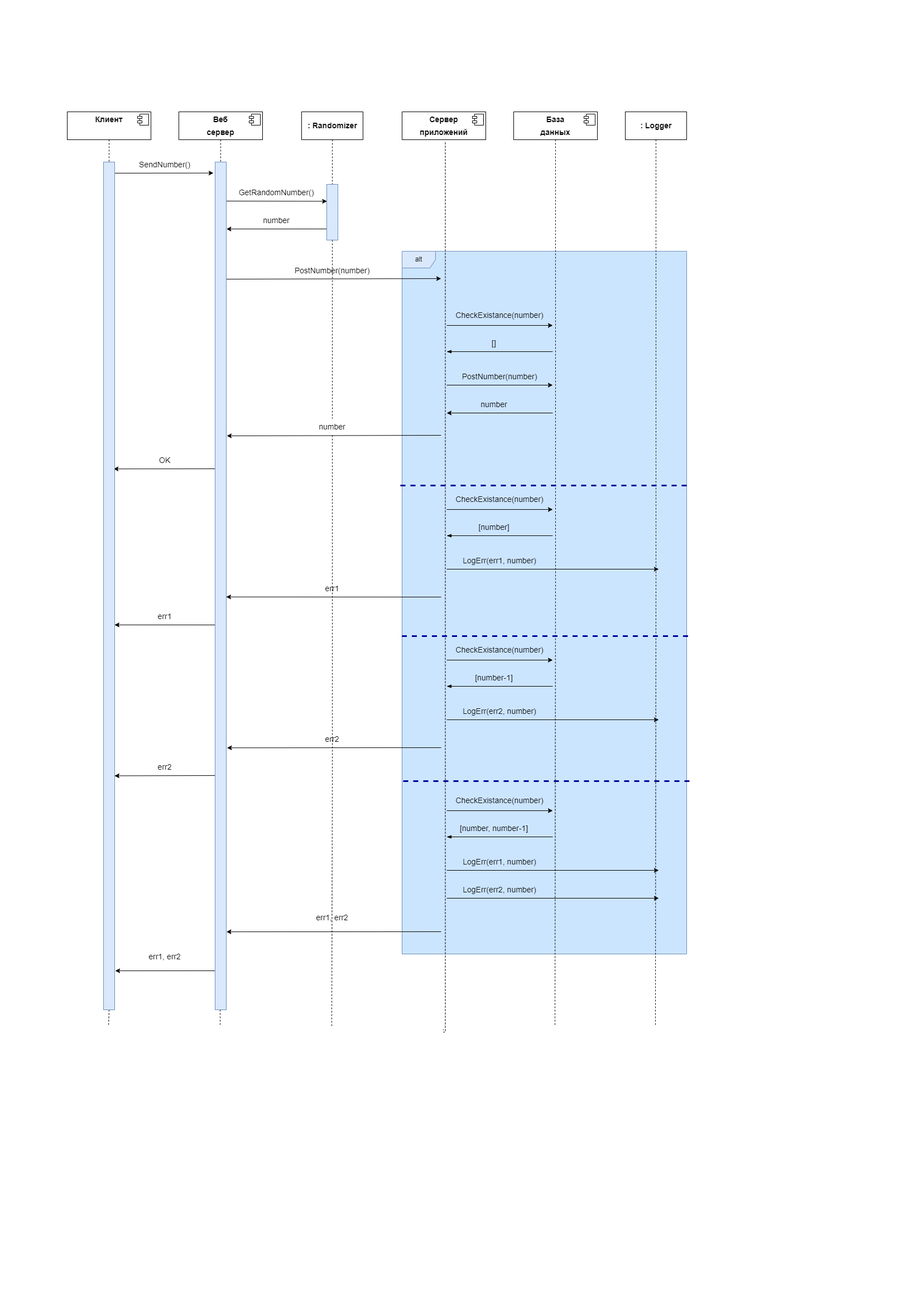
The draw.io diagram UML/Диаграмма последовательностей.png in tomray123/dcs_achieve2, before a commit. Source tidied: cells renumbered, new cells last; positions are measured from the earlier drawing's top-left corner, leaving out a move shared by most shapes.
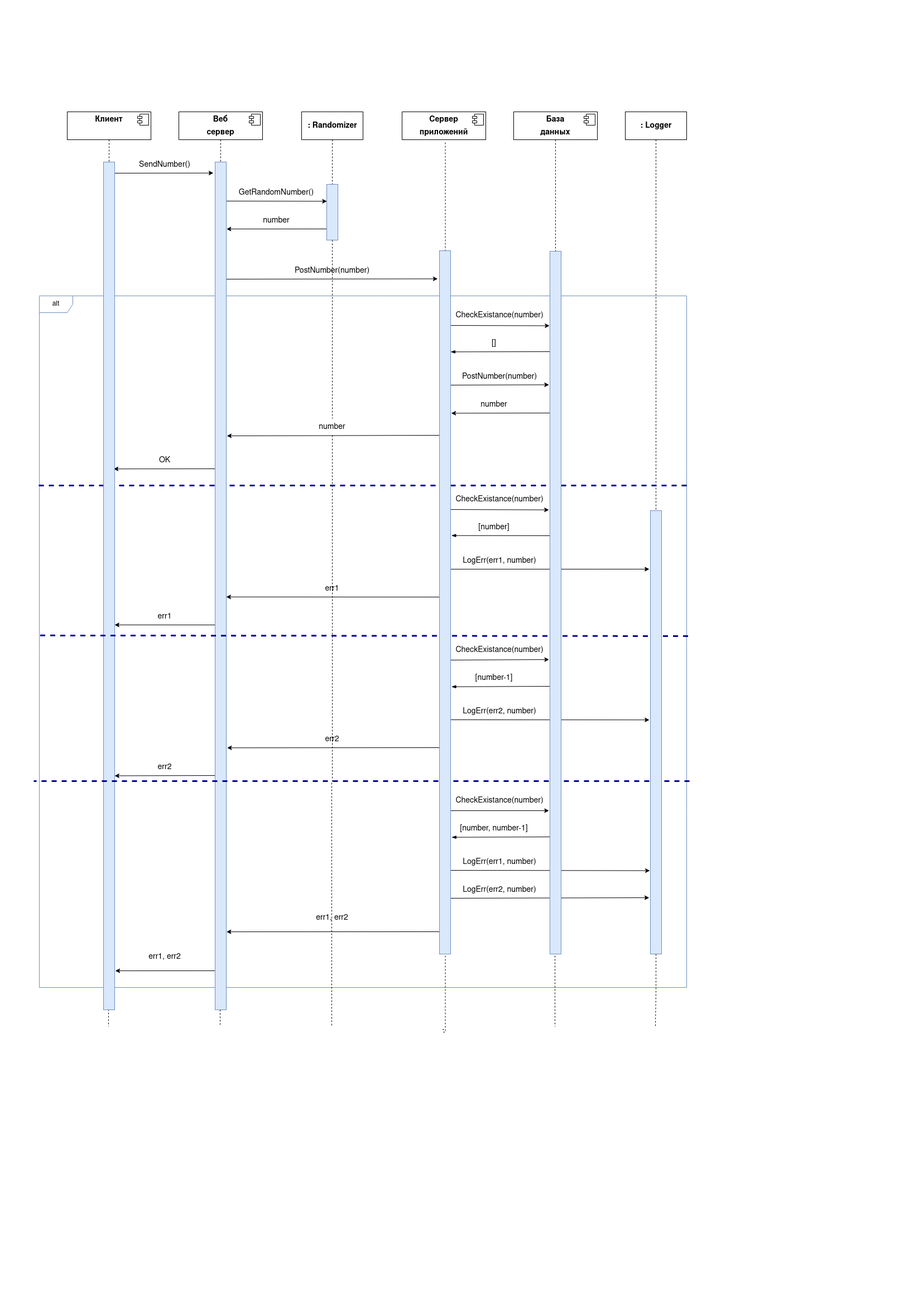
The same diagram one commit later.

Commit message:
Обновил диаграмму последовательностей

The edit, as a diff of the source:
```diff
@@ -2,8 +2,8 @@
   <root>
     <mxCell id="0" />
     <mxCell id="1" parent="0" />
-    <mxCell id="2" value="alt" style="shape=umlFrame;whiteSpace=wrap;html=1;fillColor=#dae8fc;strokeColor=#6c8ebf;gradientColor=none;swimlaneFillColor=#CCE5FF;" parent="1" vertex="1">
-      <mxGeometry x="600" y="250" width="510" height="1260" as="geometry" />
+    <mxCell id="2" value="alt" style="shape=umlFrame;whiteSpace=wrap;html=1;fillColor=none;strokeColor=#6c8ebf;gradientColor=none;swimlaneFillColor=none;" parent="1" vertex="1">
+      <mxGeometry x="-50" y="330" width="1160" height="1240" as="geometry" />
     </mxCell>
     <mxCell id="3" style="edgeStyle=orthogonalEdgeStyle;rounded=0;jettySize=auto;html=1;exitX=0.5;exitY=1;exitDx=0;exitDy=0;fontSize=14;dashed=1;endArrow=none;endFill=0;" parent="1" edge="1" source="76">
       <mxGeometry relative="1" as="geometry">
@@ -67,7 +67,7 @@
         <mxPoint x="-24" y="4" as="offset" />
       </mxGeometry>
     </mxCell>
-    <mxCell id="15" style="edgeStyle=orthogonalEdgeStyle;rounded=0;jettySize=auto;html=1;exitX=0.5;exitY=1;exitDx=0;exitDy=0;dashed=1;fontSize=14;endArrow=none;endFill=0;" parent="1" edge="1" source="16">
+    <mxCell id="15" style="edgeStyle=orthogonalEdgeStyle;rounded=0;jettySize=auto;html=1;exitX=0.5;exitY=1;exitDx=0;exitDy=0;dashed=1;fontSize=14;endArrow=none;endFill=0;" parent="1" edge="1" source="83">
       <mxGeometry relative="1" as="geometry">
         <mxPoint x="1054" y="1640" as="targetPoint" />
       </mxGeometry>
@@ -111,45 +111,40 @@
     <mxCell id="24" value="number" style="text;html=1;strokeColor=none;fillColor=none;align=center;verticalAlign=middle;whiteSpace=wrap;rounded=0;fontSize=14;" parent="1" vertex="1">
       <mxGeometry x="300" y="180" width="150" height="30" as="geometry" />
     </mxCell>
-    <mxCell id="25" style="endArrow=classic;html=1;rounded=0;fontSize=14;" parent="1" edge="1">
+    <mxCell id="25" style="endArrow=classic;html=1;rounded=0;fontSize=14;entryX=-0.157;entryY=0.04;entryDx=0;entryDy=0;entryPerimeter=0;" parent="1" edge="1" target="80">
       <mxGeometry relative="1" as="geometry">
         <mxPoint x="280" y="300" as="sourcePoint" />
-        <mxPoint x="670" y="299" as="targetPoint" />
       </mxGeometry>
     </mxCell>
     <mxCell id="26" value="PostNumber(number)" style="text;html=1;strokeColor=none;fillColor=none;align=center;verticalAlign=middle;whiteSpace=wrap;rounded=0;fontSize=14;" parent="1" vertex="1">
       <mxGeometry x="400" y="270" width="150" height="30" as="geometry" />
     </mxCell>
-    <mxCell id="27" style="endArrow=classic;html=1;rounded=0;fontSize=14;" parent="1" edge="1">
+    <mxCell id="27" style="endArrow=classic;html=1;rounded=0;fontSize=14;entryX=-0.033;entryY=0.106;entryDx=0;entryDy=0;entryPerimeter=0;" parent="1" edge="1" target="81">
       <mxGeometry relative="1" as="geometry">
         <mxPoint x="680" y="383" as="sourcePoint" />
-        <mxPoint x="870" y="383" as="targetPoint" />
       </mxGeometry>
     </mxCell>
     <mxCell id="28" value="CheckExistance(number)" style="text;html=1;strokeColor=none;fillColor=none;align=center;verticalAlign=middle;whiteSpace=wrap;rounded=0;fontSize=14;" parent="1" vertex="1">
       <mxGeometry x="700" y="350" width="150" height="30" as="geometry" />
     </mxCell>
-    <mxCell id="29" style="endArrow=none;html=1;rounded=0;fontSize=14;startArrow=blockThin;startFill=1;endFill=0;" parent="1" edge="1">
+    <mxCell id="29" style="endArrow=none;html=1;rounded=0;fontSize=14;startArrow=blockThin;startFill=1;endFill=0;exitX=-0.02;exitY=1.013;exitDx=0;exitDy=0;exitPerimeter=0;" parent="1" edge="1" source="43">
       <mxGeometry relative="1" as="geometry">
-        <mxPoint x="680" y="430" as="sourcePoint" />
         <mxPoint x="870" y="430" as="targetPoint" />
       </mxGeometry>
     </mxCell>
     <mxCell id="30" value="[number]" style="text;html=1;strokeColor=none;fillColor=none;align=center;verticalAlign=middle;whiteSpace=wrap;rounded=0;fontSize=14;" parent="1" vertex="1">
       <mxGeometry x="690" y="730" width="150" height="30" as="geometry" />
     </mxCell>
-    <mxCell id="31" style="endArrow=classic;html=1;rounded=0;fontSize=14;" parent="1" edge="1">
+    <mxCell id="31" style="endArrow=classic;html=1;rounded=0;fontSize=14;entryX=-0.081;entryY=0.19;entryDx=0;entryDy=0;entryPerimeter=0;" parent="1" edge="1" target="81">
       <mxGeometry relative="1" as="geometry">
         <mxPoint x="680" y="490" as="sourcePoint" />
-        <mxPoint x="870" y="490" as="targetPoint" />
       </mxGeometry>
     </mxCell>
     <mxCell id="32" value="PostNumber(number)" style="text;html=1;strokeColor=none;fillColor=none;align=center;verticalAlign=middle;whiteSpace=wrap;rounded=0;fontSize=14;" parent="1" vertex="1">
       <mxGeometry x="700" y="460" width="150" height="30" as="geometry" />
     </mxCell>
-    <mxCell id="33" style="endArrow=none;html=1;rounded=0;fontSize=14;endFill=0;startArrow=classic;startFill=1;" parent="1" edge="1">
+    <mxCell id="33" style="endArrow=none;html=1;rounded=0;fontSize=14;endFill=0;startArrow=classic;startFill=1;exitX=-0.013;exitY=1.013;exitDx=0;exitDy=0;exitPerimeter=0;" parent="1" edge="1" source="34">
       <mxGeometry relative="1" as="geometry">
-        <mxPoint x="680" y="540" as="sourcePoint" />
         <mxPoint x="870" y="540" as="targetPoint" />
       </mxGeometry>
     </mxCell>
@@ -175,28 +170,25 @@
     <mxCell id="39" value="OK" style="text;html=1;strokeColor=none;fillColor=none;align=center;verticalAlign=middle;whiteSpace=wrap;rounded=0;fontSize=14;" parent="1" vertex="1">
       <mxGeometry x="100" y="610" width="150" height="30" as="geometry" />
     </mxCell>
-    <mxCell id="40" style="endArrow=classic;html=1;rounded=0;fontSize=14;" parent="1" edge="1">
+    <mxCell id="40" style="endArrow=classic;html=1;rounded=0;fontSize=14;entryX=-0.09;entryY=0.368;entryDx=0;entryDy=0;entryPerimeter=0;" parent="1" edge="1" target="81">
       <mxGeometry relative="1" as="geometry">
         <mxPoint x="680" y="713" as="sourcePoint" />
-        <mxPoint x="870" y="713" as="targetPoint" />
       </mxGeometry>
     </mxCell>
     <mxCell id="41" value="CheckExistance(number)" style="text;html=1;strokeColor=none;fillColor=none;align=center;verticalAlign=middle;whiteSpace=wrap;rounded=0;fontSize=14;" parent="1" vertex="1">
       <mxGeometry x="700" y="680" width="150" height="30" as="geometry" />
     </mxCell>
-    <mxCell id="42" style="endArrow=none;html=1;rounded=0;fontSize=14;startArrow=blockThin;startFill=1;endFill=0;" parent="1" edge="1">
+    <mxCell id="42" style="endArrow=none;html=1;rounded=0;fontSize=14;startArrow=blockThin;startFill=1;endFill=0;exitX=1.069;exitY=0.405;exitDx=0;exitDy=0;exitPerimeter=0;" parent="1" edge="1" source="80">
       <mxGeometry relative="1" as="geometry">
-        <mxPoint x="680" y="760" as="sourcePoint" />
         <mxPoint x="870" y="760" as="targetPoint" />
       </mxGeometry>
     </mxCell>
     <mxCell id="43" value="[]" style="text;html=1;strokeColor=none;fillColor=none;align=center;verticalAlign=middle;whiteSpace=wrap;rounded=0;fontSize=14;" parent="1" vertex="1">
       <mxGeometry x="690" y="400" width="150" height="30" as="geometry" />
     </mxCell>
-    <mxCell id="44" style="endArrow=classic;html=1;rounded=0;fontSize=14;" parent="1" edge="1">
+    <mxCell id="44" style="endArrow=classic;html=1;rounded=0;fontSize=14;entryX=-0.093;entryY=0.132;entryDx=0;entryDy=0;entryPerimeter=0;" parent="1" edge="1" target="83">
       <mxGeometry relative="1" as="geometry">
         <mxPoint x="680" y="820" as="sourcePoint" />
-        <mxPoint x="1060" y="820" as="targetPoint" />
       </mxGeometry>
     </mxCell>
     <mxCell id="45" value="LogErr(err1, number)" style="text;html=1;strokeColor=none;fillColor=none;align=center;verticalAlign=middle;whiteSpace=wrap;rounded=0;fontSize=14;" parent="1" vertex="1">
@@ -221,25 +213,22 @@
     <mxCell id="50" value="[number-1]" style="text;html=1;strokeColor=none;fillColor=none;align=center;verticalAlign=middle;whiteSpace=wrap;rounded=0;fontSize=14;" parent="1" vertex="1">
       <mxGeometry x="690" y="1000" width="150" height="30" as="geometry" />
     </mxCell>
-    <mxCell id="51" style="endArrow=classic;html=1;rounded=0;fontSize=14;" parent="1" edge="1">
+    <mxCell id="51" style="endArrow=classic;html=1;rounded=0;fontSize=14;entryX=-0.075;entryY=0.581;entryDx=0;entryDy=0;entryPerimeter=0;" parent="1" edge="1" target="81">
       <mxGeometry relative="1" as="geometry">
         <mxPoint x="680" y="983" as="sourcePoint" />
-        <mxPoint x="870" y="983" as="targetPoint" />
       </mxGeometry>
     </mxCell>
     <mxCell id="52" value="CheckExistance(number)" style="text;html=1;strokeColor=none;fillColor=none;align=center;verticalAlign=middle;whiteSpace=wrap;rounded=0;fontSize=14;" parent="1" vertex="1">
       <mxGeometry x="700" y="950" width="150" height="30" as="geometry" />
     </mxCell>
-    <mxCell id="53" style="endArrow=none;html=1;rounded=0;fontSize=14;startArrow=blockThin;startFill=1;endFill=0;" parent="1" edge="1">
+    <mxCell id="53" style="endArrow=none;html=1;rounded=0;fontSize=14;startArrow=blockThin;startFill=1;endFill=0;exitX=1.075;exitY=0.62;exitDx=0;exitDy=0;exitPerimeter=0;" parent="1" edge="1" source="80">
       <mxGeometry relative="1" as="geometry">
-        <mxPoint x="680" y="1030" as="sourcePoint" />
         <mxPoint x="870" y="1030" as="targetPoint" />
       </mxGeometry>
     </mxCell>
-    <mxCell id="54" style="endArrow=classic;html=1;rounded=0;fontSize=14;" parent="1" edge="1">
+    <mxCell id="54" style="endArrow=classic;html=1;rounded=0;fontSize=14;entryX=-0.09;entryY=0.472;entryDx=0;entryDy=0;entryPerimeter=0;" parent="1" edge="1" target="83">
       <mxGeometry relative="1" as="geometry">
         <mxPoint x="680" y="1090" as="sourcePoint" />
-        <mxPoint x="1060" y="1090" as="targetPoint" />
       </mxGeometry>
     </mxCell>
     <mxCell id="55" value="LogErr(err2, number)" style="text;html=1;strokeColor=none;fillColor=none;align=center;verticalAlign=middle;whiteSpace=wrap;rounded=0;fontSize=14;" parent="1" vertex="1">
@@ -264,25 +253,22 @@
     <mxCell id="60" value="[number, number-1]" style="text;html=1;strokeColor=none;fillColor=none;align=center;verticalAlign=middle;whiteSpace=wrap;rounded=0;fontSize=14;" parent="1" vertex="1">
       <mxGeometry x="690" y="1270" width="150" height="30" as="geometry" />
     </mxCell>
-    <mxCell id="61" style="endArrow=classic;html=1;rounded=0;fontSize=14;" parent="1" edge="1">
+    <mxCell id="61" style="endArrow=classic;html=1;rounded=0;fontSize=14;entryX=-0.081;entryY=0.796;entryDx=0;entryDy=0;entryPerimeter=0;" parent="1" edge="1" target="81">
       <mxGeometry relative="1" as="geometry">
         <mxPoint x="680" y="1253" as="sourcePoint" />
-        <mxPoint x="870" y="1253" as="targetPoint" />
       </mxGeometry>
     </mxCell>
     <mxCell id="62" value="CheckExistance(number)" style="text;html=1;strokeColor=none;fillColor=none;align=center;verticalAlign=middle;whiteSpace=wrap;rounded=0;fontSize=14;" parent="1" vertex="1">
       <mxGeometry x="700" y="1220" width="150" height="30" as="geometry" />
     </mxCell>
-    <mxCell id="63" style="endArrow=none;html=1;rounded=0;fontSize=14;startArrow=blockThin;startFill=1;endFill=0;" parent="1" edge="1">
+    <mxCell id="63" style="endArrow=none;html=1;rounded=0;fontSize=14;startArrow=blockThin;startFill=1;endFill=0;exitX=1.089;exitY=0.834;exitDx=0;exitDy=0;exitPerimeter=0;" parent="1" edge="1" source="80">
       <mxGeometry relative="1" as="geometry">
-        <mxPoint x="680" y="1300" as="sourcePoint" />
         <mxPoint x="870" y="1300" as="targetPoint" />
       </mxGeometry>
     </mxCell>
-    <mxCell id="64" style="endArrow=classic;html=1;rounded=0;fontSize=14;" parent="1" edge="1">
+    <mxCell id="64" style="endArrow=classic;html=1;rounded=0;fontSize=14;entryX=-0.047;entryY=0.812;entryDx=0;entryDy=0;entryPerimeter=0;" parent="1" edge="1" target="83">
       <mxGeometry relative="1" as="geometry">
         <mxPoint x="680" y="1360" as="sourcePoint" />
-        <mxPoint x="1060" y="1360" as="targetPoint" />
       </mxGeometry>
     </mxCell>
     <mxCell id="65" value="LogErr(err1, number)" style="text;html=1;strokeColor=none;fillColor=none;align=center;verticalAlign=middle;whiteSpace=wrap;rounded=0;fontSize=14;" parent="1" vertex="1">
@@ -304,10 +290,9 @@
     <mxCell id="69" value="err1, err2" style="text;html=1;strokeColor=none;fillColor=none;align=center;verticalAlign=middle;whiteSpace=wrap;rounded=0;fontSize=14;" parent="1" vertex="1">
       <mxGeometry x="100" y="1500" width="150" height="30" as="geometry" />
     </mxCell>
-    <mxCell id="70" style="endArrow=classic;html=1;rounded=0;fontSize=14;" parent="1" edge="1">
+    <mxCell id="70" style="endArrow=classic;html=1;rounded=0;fontSize=14;entryX=-0.103;entryY=0.873;entryDx=0;entryDy=0;entryPerimeter=0;" parent="1" edge="1" target="83">
       <mxGeometry relative="1" as="geometry">
         <mxPoint x="680" y="1410" as="sourcePoint" />
-        <mxPoint x="1060" y="1410" as="targetPoint" />
       </mxGeometry>
     </mxCell>
     <mxCell id="71" value="LogErr(err2, number)" style="text;html=1;strokeColor=none;fillColor=none;align=center;verticalAlign=middle;whiteSpace=wrap;rounded=0;fontSize=14;" parent="1" vertex="1">
@@ -316,7 +301,7 @@
     <mxCell id="72" style="endArrow=none;dashed=1;html=1;rounded=0;strokeWidth=3;strokeColor=#000099;" parent="1" edge="1">
       <mxGeometry relative="1" as="geometry">
         <mxPoint x="1110" y="670" as="sourcePoint" />
-        <mxPoint x="595" y="670" as="targetPoint" />
+        <mxPoint x="-60" y="670" as="targetPoint" />
       </mxGeometry>
     </mxCell>
     <mxCell id="73" style="edgeStyle=orthogonalEdgeStyle;rounded=0;jettySize=auto;html=1;exitX=0.5;exitY=1;exitDx=0;exitDy=0;fontSize=14;endArrow=none;endFill=0;dashed=1;" parent="1" edge="1" source="22" target="74">
@@ -334,17 +319,28 @@
     <mxCell id="77" style="rounded=0;whiteSpace=wrap;html=1;fillColor=#dae8fc;strokeColor=#6c8ebf;" parent="1" vertex="1">
       <mxGeometry x="265" y="90" width="20" height="1520" as="geometry" />
     </mxCell>
-    <mxCell id="78" style="endArrow=none;dashed=1;html=1;rounded=0;strokeWidth=3;strokeColor=#000099;" parent="1" edge="1">
+    <mxCell id="78" style="endArrow=none;dashed=1;html=1;rounded=0;strokeWidth=3;strokeColor=#000099;entryX=-0.004;entryY=0.491;entryDx=0;entryDy=0;entryPerimeter=0;" parent="1" edge="1" target="2">
       <mxGeometry relative="1" as="geometry">
         <mxPoint x="1112.5" y="940" as="sourcePoint" />
-        <mxPoint x="597.5" y="940" as="targetPoint" />
       </mxGeometry>
     </mxCell>
     <mxCell id="79" style="endArrow=none;dashed=1;html=1;rounded=0;strokeWidth=3;strokeColor=#000099;" parent="1" edge="1">
       <mxGeometry relative="1" as="geometry">
         <mxPoint x="1115" y="1200" as="sourcePoint" />
-        <mxPoint x="600" y="1200" as="targetPoint" />
+        <mxPoint x="-60" y="1200" as="targetPoint" />
       </mxGeometry>
     </mxCell>
+    <mxCell id="80" style="rounded=0;whiteSpace=wrap;html=1;fillColor=#dae8fc;strokeColor=#6c8ebf;" parent="1" vertex="1">
+      <mxGeometry x="667" y="249" width="20" height="1261" as="geometry" />
+    </mxCell>
+    <mxCell id="81" style="rounded=0;whiteSpace=wrap;html=1;fillColor=#dae8fc;strokeColor=#6c8ebf;" parent="1" vertex="1">
+      <mxGeometry x="865" y="250" width="20" height="1260" as="geometry" />
+    </mxCell>
+    <mxCell id="82" style="edgeStyle=orthogonalEdgeStyle;rounded=0;jettySize=auto;html=1;exitX=0.5;exitY=1;exitDx=0;exitDy=0;dashed=1;fontSize=14;endArrow=none;endFill=0;" parent="1" edge="1" source="16" target="83">
+      <mxGeometry relative="1" as="geometry" />
+    </mxCell>
+    <mxCell id="83" style="rounded=0;whiteSpace=wrap;html=1;fillColor=#dae8fc;strokeColor=#6c8ebf;" parent="1" vertex="1">
+      <mxGeometry x="1045" y="715" width="20" height="795" as="geometry" />
+    </mxCell>
   </root>
 </mxGraphModel>
```
